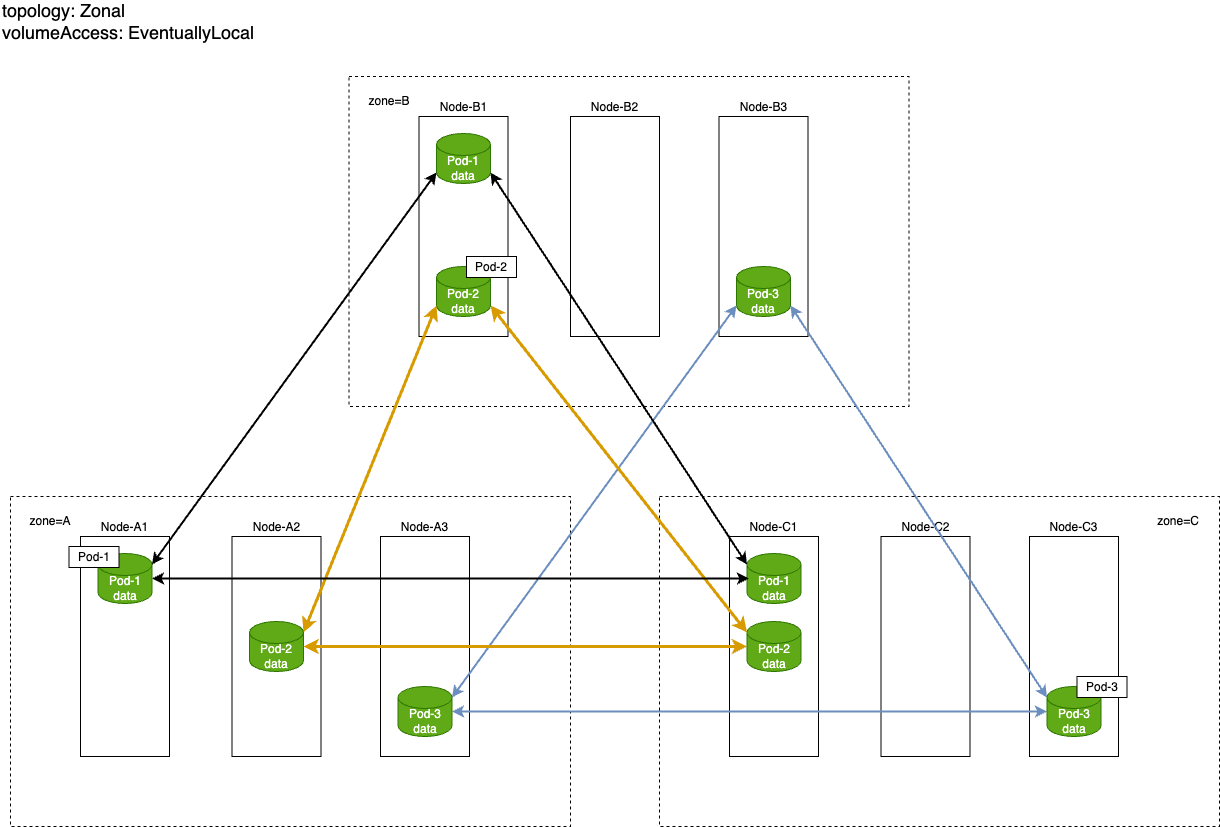
deckhouse/sds-replicated-volume keeps this draw.io diagram as docs/images/trans-zonal.ru.png. Above is the earlier version. Source tidied: cells renumbered, new cells last; positions are measured from the earlier drawing's top-left corner, leaving out a move shared by most shapes.
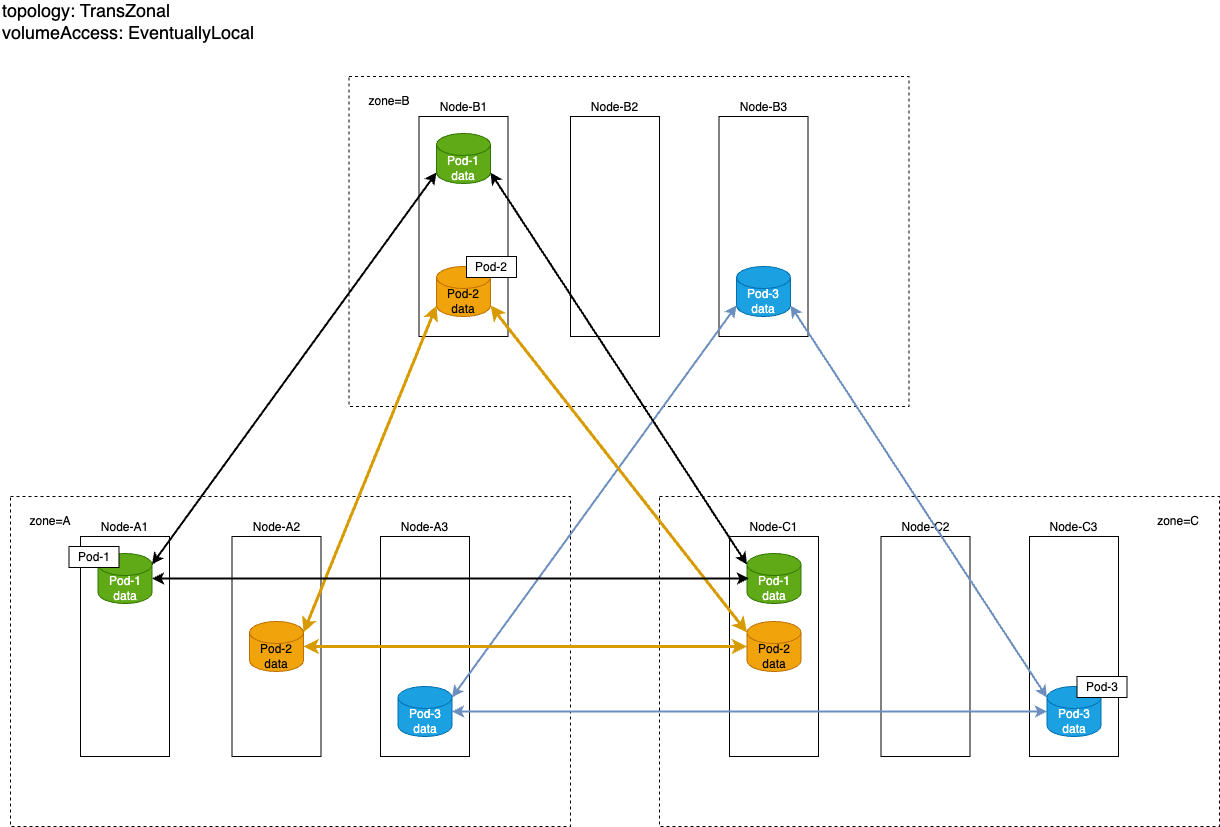
After the commit.

What changed in the source:
```diff
@@ -2,7 +2,7 @@
   <root>
     <mxCell id="0" />
     <mxCell id="1" parent="0" />
-    <mxCell id="2" value="topology: Zonal&lt;br style=&quot;font-size: 18px;&quot;&gt;volumeAccess: EventuallyLocal" style="text;html=1;strokeColor=none;fillColor=none;align=left;verticalAlign=middle;whiteSpace=wrap;rounded=0;dashed=1;fontSize=18;" parent="1" vertex="1">
+    <mxCell id="2" value="topology: TransZonal&lt;br style=&quot;font-size: 18px;&quot;&gt;volumeAccess: EventuallyLocal" style="text;html=1;strokeColor=none;fillColor=none;align=left;verticalAlign=middle;whiteSpace=wrap;rounded=0;dashed=1;fontSize=18;" parent="1" vertex="1">
       <mxGeometry width="260" height="30" as="geometry" />
     </mxCell>
     <mxCell id="3" style="rounded=0;whiteSpace=wrap;html=1;dashed=1;" parent="1" vertex="1">
@@ -17,7 +17,7 @@
     <mxCell id="6" value="Pod-1 data" style="shape=cylinder3;whiteSpace=wrap;html=1;boundedLbl=1;backgroundOutline=1;size=11;fillColor=#60a917;fontColor=#ffffff;strokeColor=#2D7600;" parent="1" vertex="1">
       <mxGeometry x="436" y="127" width="54" height="50" as="geometry" />
     </mxCell>
-    <mxCell id="7" value="Pod-2 data" style="shape=cylinder3;whiteSpace=wrap;html=1;boundedLbl=1;backgroundOutline=1;size=11;fillColor=#60a917;fontColor=#ffffff;strokeColor=#2D7600;" parent="1" vertex="1">
+    <mxCell id="7" value="Pod-2 data" style="shape=cylinder3;whiteSpace=wrap;html=1;boundedLbl=1;backgroundOutline=1;size=11;fillColor=#f0a30a;fontColor=#000000;strokeColor=#BD7000;" parent="1" vertex="1">
       <mxGeometry x="436" y="260" width="54" height="50" as="geometry" />
     </mxCell>
     <mxCell id="8" value="Node-B2" style="rounded=0;whiteSpace=wrap;html=1;labelPosition=center;verticalLabelPosition=top;align=center;verticalAlign=bottom;" parent="1" vertex="1">
@@ -26,7 +26,7 @@
     <mxCell id="9" value="Node-B3" style="rounded=0;whiteSpace=wrap;html=1;labelPosition=center;verticalLabelPosition=top;align=center;verticalAlign=bottom;" parent="1" vertex="1">
       <mxGeometry x="718.5" y="110" width="89" height="220" as="geometry" />
     </mxCell>
-    <mxCell id="10" value="Pod-3 data" style="shape=cylinder3;whiteSpace=wrap;html=1;boundedLbl=1;backgroundOutline=1;size=11;fillColor=#60a917;fontColor=#ffffff;strokeColor=#2D7600;" parent="1" vertex="1">
+    <mxCell id="10" value="Pod-3 data" style="shape=cylinder3;whiteSpace=wrap;html=1;boundedLbl=1;backgroundOutline=1;size=11;fillColor=#1ba1e2;fontColor=#ffffff;strokeColor=#006EAF;" parent="1" vertex="1">
       <mxGeometry x="736" y="260" width="54" height="50" as="geometry" />
     </mxCell>
     <mxCell id="11" style="rounded=0;whiteSpace=wrap;html=1;dashed=1;" parent="1" vertex="1">
@@ -50,7 +50,7 @@
     <mxCell id="17" style="edgeStyle=none;html=1;entryX=0;entryY=1;entryDx=0;entryDy=-11;entryPerimeter=0;startArrow=classic;startFill=1;elbow=vertical;exitX=1;exitY=0;exitDx=0;exitDy=11;exitPerimeter=0;strokeWidth=3;fillColor=#ffe6cc;strokeColor=#d79b00;" parent="1" edge="1" source="18" target="7">
       <mxGeometry relative="1" as="geometry" />
     </mxCell>
-    <mxCell id="18" value="Pod-2 data" style="shape=cylinder3;whiteSpace=wrap;html=1;boundedLbl=1;backgroundOutline=1;size=11;fillColor=#60a917;fontColor=#ffffff;strokeColor=#2D7600;" parent="1" vertex="1">
+    <mxCell id="18" value="Pod-2 data" style="shape=cylinder3;whiteSpace=wrap;html=1;boundedLbl=1;backgroundOutline=1;size=11;fillColor=#f0a30a;fontColor=#000000;strokeColor=#BD7000;" parent="1" vertex="1">
       <mxGeometry x="249" y="615" width="54" height="50" as="geometry" />
     </mxCell>
     <mxCell id="19" value="Node-A3" style="rounded=0;whiteSpace=wrap;html=1;labelPosition=center;verticalLabelPosition=top;align=center;verticalAlign=bottom;" parent="1" vertex="1">
@@ -59,7 +59,7 @@
     <mxCell id="20" style="edgeStyle=none;html=1;entryX=0;entryY=1;entryDx=0;entryDy=-11;entryPerimeter=0;startArrow=classic;startFill=1;elbow=vertical;exitX=1;exitY=0;exitDx=0;exitDy=11;exitPerimeter=0;strokeWidth=2;fillColor=#dae8fc;gradientColor=#7ea6e0;strokeColor=#6c8ebf;" parent="1" edge="1" source="21" target="10">
       <mxGeometry relative="1" as="geometry" />
     </mxCell>
-    <mxCell id="21" value="Pod-3 data" style="shape=cylinder3;whiteSpace=wrap;html=1;boundedLbl=1;backgroundOutline=1;size=11;fillColor=#60a917;fontColor=#ffffff;strokeColor=#2D7600;" parent="1" vertex="1">
+    <mxCell id="21" value="Pod-3 data" style="shape=cylinder3;whiteSpace=wrap;html=1;boundedLbl=1;backgroundOutline=1;size=11;fillColor=#1ba1e2;fontColor=#ffffff;strokeColor=#006EAF;" parent="1" vertex="1">
       <mxGeometry x="397.5" y="680" width="54" height="50" as="geometry" />
     </mxCell>
     <mxCell id="22" style="rounded=0;whiteSpace=wrap;html=1;dashed=1;" parent="1" vertex="1">
@@ -71,7 +71,7 @@
     <mxCell id="24" value="Pod-1 data" style="shape=cylinder3;whiteSpace=wrap;html=1;boundedLbl=1;backgroundOutline=1;size=11;fillColor=#60a917;fontColor=#ffffff;strokeColor=#2D7600;" parent="1" vertex="1">
       <mxGeometry x="746.5" y="547" width="54" height="50" as="geometry" />
     </mxCell>
-    <mxCell id="25" value="Pod-2 data" style="shape=cylinder3;whiteSpace=wrap;html=1;boundedLbl=1;backgroundOutline=1;size=11;fillColor=#60a917;fontColor=#ffffff;strokeColor=#2D7600;" parent="1" vertex="1">
+    <mxCell id="25" value="Pod-2 data" style="shape=cylinder3;whiteSpace=wrap;html=1;boundedLbl=1;backgroundOutline=1;size=11;fillColor=#f0a30a;fontColor=#000000;strokeColor=#BD7000;" parent="1" vertex="1">
       <mxGeometry x="746.5" y="615" width="54" height="50" as="geometry" />
     </mxCell>
     <mxCell id="26" value="Node-C2" style="rounded=0;whiteSpace=wrap;html=1;labelPosition=center;verticalLabelPosition=top;align=center;verticalAlign=bottom;" parent="1" vertex="1">
@@ -83,7 +83,7 @@
     <mxCell id="28" style="edgeStyle=none;html=1;entryX=1;entryY=1;entryDx=0;entryDy=-11;entryPerimeter=0;startArrow=classic;startFill=1;elbow=vertical;exitX=0;exitY=0;exitDx=0;exitDy=11;exitPerimeter=0;strokeWidth=2;fillColor=#dae8fc;gradientColor=#7ea6e0;strokeColor=#6c8ebf;" parent="1" edge="1" source="29" target="10">
       <mxGeometry relative="1" as="geometry" />
     </mxCell>
-    <mxCell id="29" value="Pod-3 data" style="shape=cylinder3;whiteSpace=wrap;html=1;boundedLbl=1;backgroundOutline=1;size=11;fillColor=#60a917;fontColor=#ffffff;strokeColor=#2D7600;" parent="1" vertex="1">
+    <mxCell id="29" value="Pod-3 data" style="shape=cylinder3;whiteSpace=wrap;html=1;boundedLbl=1;backgroundOutline=1;size=11;fillColor=#1ba1e2;fontColor=#ffffff;strokeColor=#006EAF;" parent="1" vertex="1">
       <mxGeometry x="1046.5" y="680" width="54" height="50" as="geometry" />
     </mxCell>
     <mxCell id="30" style="edgeStyle=none;html=1;entryX=0;entryY=0;entryDx=0;entryDy=11;entryPerimeter=0;startArrow=classic;startFill=1;elbow=vertical;exitX=1;exitY=1;exitDx=0;exitDy=-11;exitPerimeter=0;strokeWidth=3;fillColor=#ffe6cc;strokeColor=#d79b00;" parent="1" edge="1" source="7" target="25">
```
